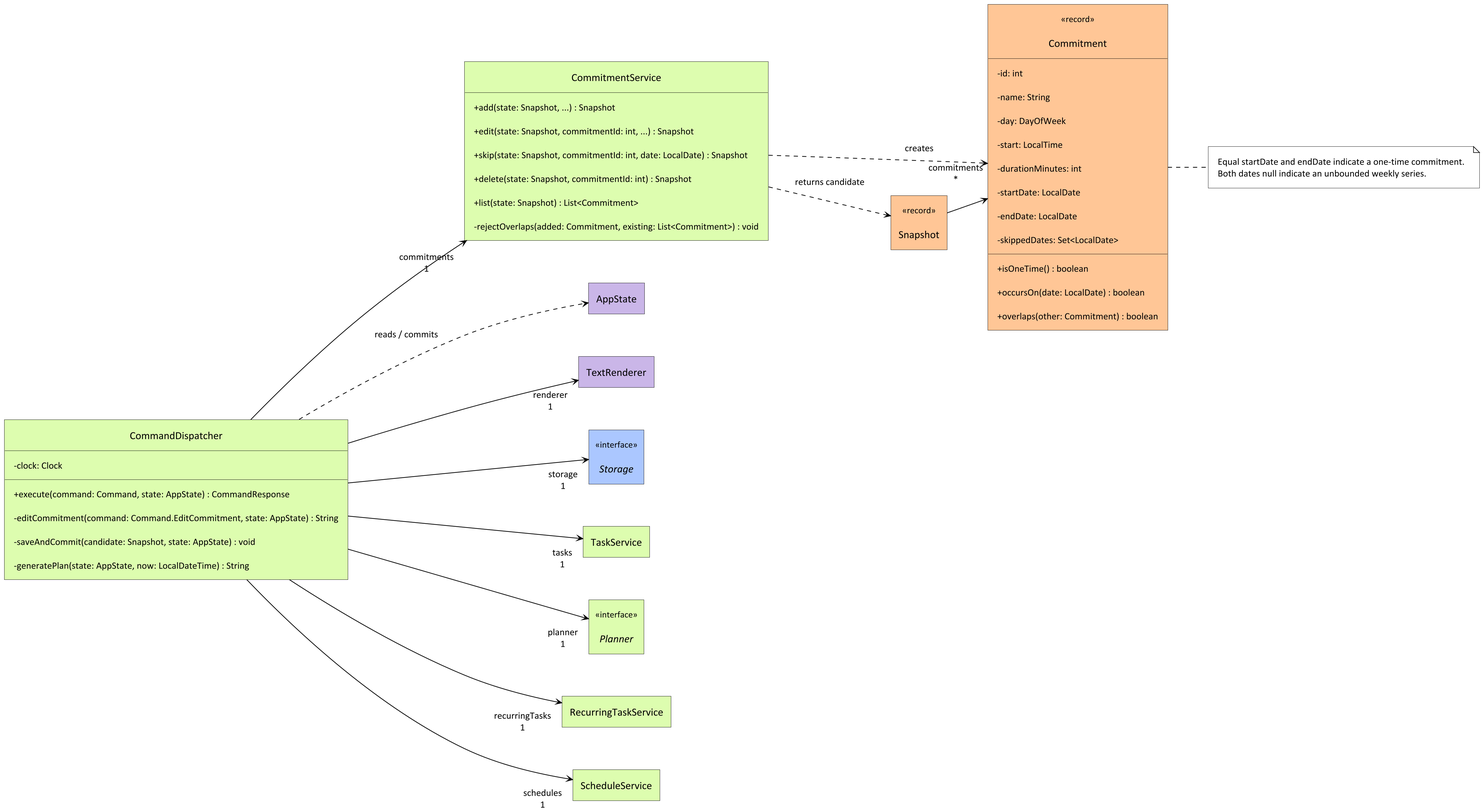
The PlantUML diagram docs/images/darren-commitment-dispatch-classes.png in AY2627S1-CS2113-T10-1/tp, before a commit. Its source is kept beside it as docs/diagrams/darren-commitment-dispatch-classes.puml. Its diagram source:
```plantuml
@startuml
!include course-style.puml
left to right direction
hide empty members

class CommandDispatcher DOMAIN {
    - clock: Clock
    + execute(command: Command, state: AppState) : CommandResponse
    - editCommitment(command: Command.EditCommitment, state: AppState) : String
    - saveAndCommit(candidate: Snapshot, state: AppState) : void
    - generatePlan(state: AppState, now: LocalDateTime) : String
}
class CommitmentService DOMAIN {
    + add(state: Snapshot, ...) : Snapshot
    + edit(state: Snapshot, commitmentId: int, ...) : Snapshot
    + skip(state: Snapshot, commitmentId: int, date: LocalDate) : Snapshot
    + delete(state: Snapshot, commitmentId: int) : Snapshot
    + list(state: Snapshot) : List<Commitment>
    - rejectOverlaps(added: Commitment, existing: List<Commitment>) : void
}
class Commitment <<record>> VALUES {
    - id: int
    - name: String
    - day: DayOfWeek
    - start: LocalTime
    - durationMinutes: int
    - startDate: LocalDate
    - endDate: LocalDate
    - skippedDates: Set<LocalDate>
    + isOneTime() : boolean
    + occursOn(date: LocalDate) : boolean
    + overlaps(other: Commitment) : boolean
}
class AppState SHELL
class TextRenderer SHELL
interface Storage <<interface>> PERSISTENCE
class Snapshot <<record>> VALUES
class TaskService DOMAIN
interface Planner <<interface>> DOMAIN
class RecurringTaskService DOMAIN
class ScheduleService DOMAIN

CommandDispatcher --> "commitments\n1" CommitmentService
CommandDispatcher --> "tasks\n1" TaskService
CommandDispatcher --> "storage\n1" Storage
CommandDispatcher --> "planner\n1" Planner
CommandDispatcher --> "schedules\n1" ScheduleService
CommandDispatcher --> "renderer\n1" TextRenderer
CommandDispatcher --> "recurringTasks\n1" RecurringTaskService
CommandDispatcher ..> AppState : reads / commits
CommitmentService ..> Snapshot : returns candidate
CommitmentService ..> Commitment : creates
Snapshot --> "commitments\n*" Commitment

note as CommitmentNote
  Equal startDate and endDate indicate a one-time commitment.
  Both dates null indicate an unbounded weekly series.
end note
Commitment .. CommitmentNote
@enduml
```
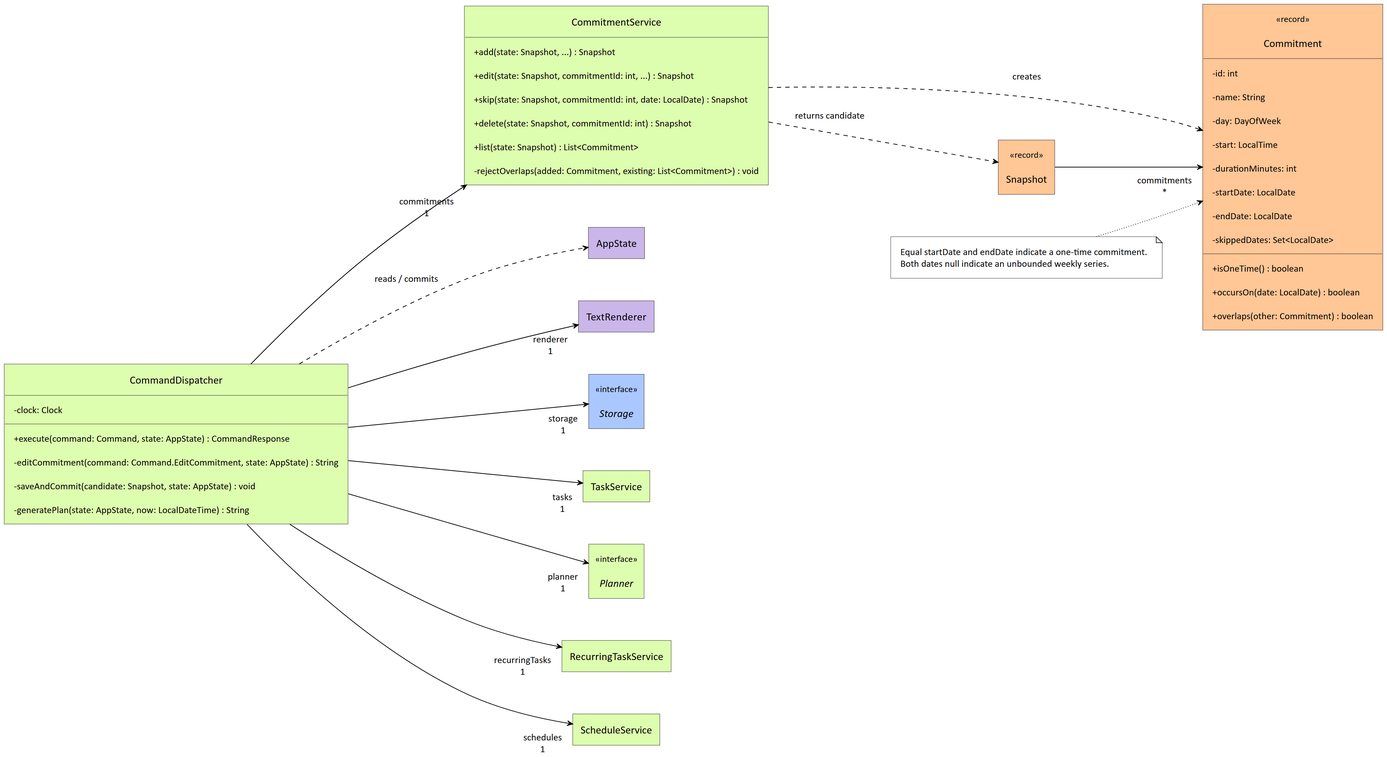
After the change.

Diff of the diagram source:
```diff
@@ -56,5 +56,5 @@
   Equal startDate and endDate indicate a one-time commitment.
   Both dates null indicate an unbounded weekly series.
 end note
-Commitment .. CommitmentNote
+CommitmentNote -[dotted]-> Commitment
 @enduml
```
